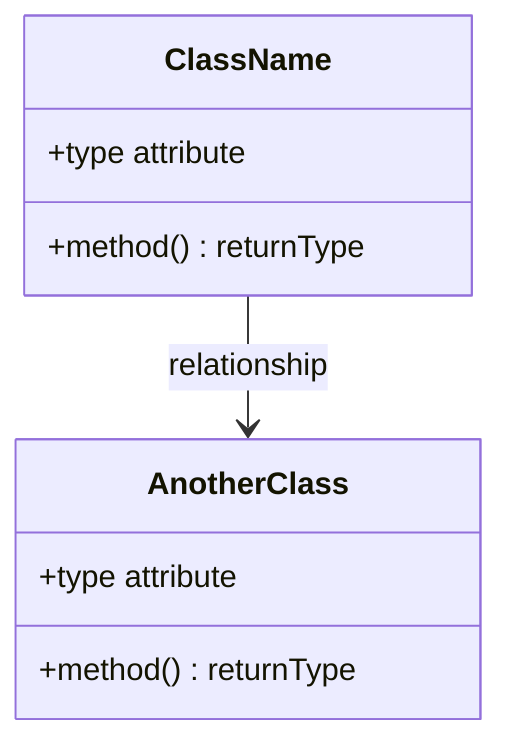
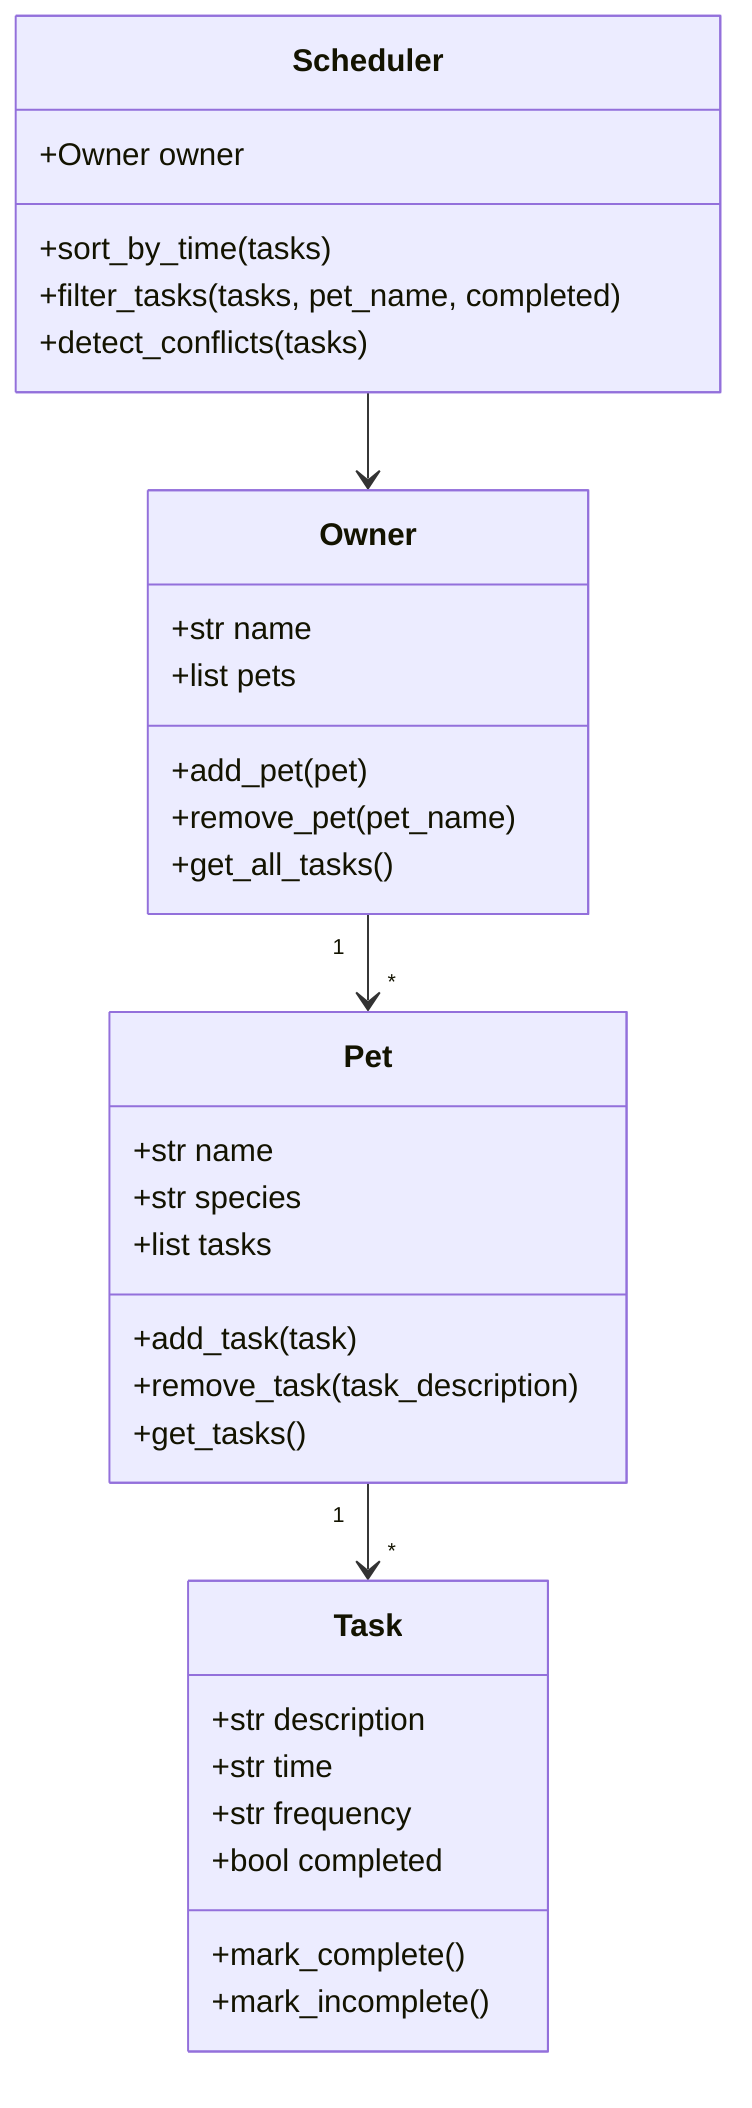
classDiagram
-     %% Replace the placeholders below with your actual classes, attributes, methods, and relationships.
-     %% Keep this file updated so it matches your final implementation.
- 
-     class ClassName {
-         +type attribute
-         +method() returnType
+     class Owner {
+         +str name
+         +list pets
+         +add_pet(pet)
+         +remove_pet(pet_name)
+         +get_all_tasks()
    }

-     class AnotherClass {
-         +type attribute
-         +method() returnType
+     class Pet {
+         +str name
+         +str species
+         +list tasks
+         +add_task(task)
+         +remove_task(task_description)
+         +get_tasks()
    }

-     ClassName --> AnotherClass : relationship
+     class Task {
+         +str description
+         +str time
+         +str frequency
+         +bool completed
+         +mark_complete()
+         +mark_incomplete()
+     }
+ 
+     class Scheduler {
+         +Owner owner
+         +sort_by_time(tasks)
+         +filter_tasks(tasks, pet_name, completed)
+         +detect_conflicts(tasks)
+     }
+ 
+     Owner "1" --> "*" Pet
+     Pet "1" --> "*" Task
+     Scheduler --> Owner
